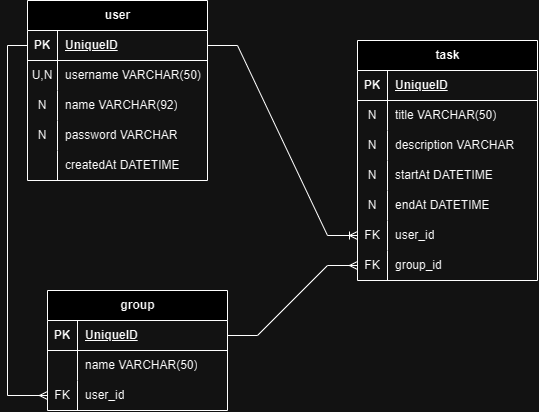
Earlier version of the draw.io export der.drawio.png (Julia-Teixeira/todolist-Java). Source tidied: cells renumbered, new cells last; positions are measured from the earlier drawing's top-left corner, leaving out a move shared by most shapes.
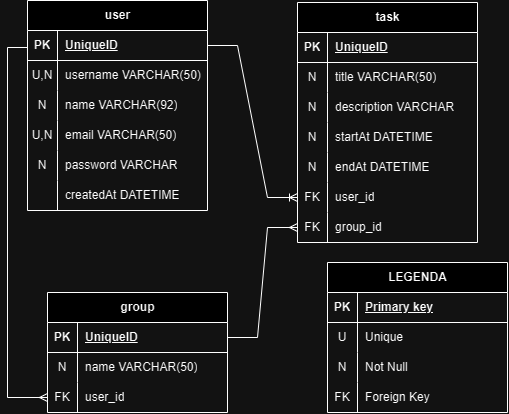
Later version of the same file.

Diff of the diagram source:
```diff
@@ -3,7 +3,7 @@
     <mxCell id="0" />
     <mxCell id="1" parent="0" />
     <mxCell id="2" value="user" style="shape=table;startSize=30;rowLines=0;fontStyle=1;align=center;html=1;" parent="1" vertex="1">
-      <mxGeometry x="20" width="180" height="180" as="geometry" />
+      <mxGeometry x="20" y="-2" width="180" height="210" as="geometry" />
     </mxCell>
     <mxCell id="3" style="shape=tableRow;horizontal=0;startSize=0;swimlaneHead=0;swimlaneBody=0;fillColor=none;points=[[0,0.5],[1,0.5]];portConstraint=eastwest;top=0;left=0;right=0;bottom=1;" parent="2" vertex="1">
       <mxGeometry y="30" width="180" height="30" as="geometry" />
@@ -32,8 +32,17 @@
     <mxCell id="11" value="name VARCHAR(92)" style="shape=partialRectangle;fillColor=none;top=0;left=0;bottom=0;right=0;align=left;spacingLeft=6;overflow=hidden;whiteSpace=wrap;html=1;" parent="9" vertex="1">
       <mxGeometry x="30" width="150" height="30" as="geometry" />
     </mxCell>
+    <mxCell id="53" style="shape=tableRow;horizontal=0;startSize=0;swimlaneHead=0;swimlaneBody=0;fillColor=none;top=0;left=0;right=0;bottom=0;" parent="2" vertex="1">
+      <mxGeometry y="120" width="180" height="30" as="geometry" />
+    </mxCell>
+    <mxCell id="54" value="U,N" style="shape=partialRectangle;fillColor=none;top=0;left=0;bottom=0;right=0;overflow=hidden;whiteSpace=wrap;html=1;" parent="53" vertex="1">
+      <mxGeometry width="30" height="30" as="geometry" />
+    </mxCell>
+    <mxCell id="55" value="email VARCHAR(50)" style="shape=partialRectangle;fillColor=none;top=0;left=0;bottom=0;right=0;align=left;spacingLeft=6;overflow=hidden;whiteSpace=wrap;html=1;" parent="53" vertex="1">
+      <mxGeometry x="30" width="150" height="30" as="geometry" />
+    </mxCell>
     <mxCell id="12" style="shape=tableRow;horizontal=0;startSize=0;swimlaneHead=0;swimlaneBody=0;fillColor=none;top=0;left=0;right=0;bottom=0;" parent="2" vertex="1">
-      <mxGeometry y="120" width="180" height="30" as="geometry" />
+      <mxGeometry y="150" width="180" height="30" as="geometry" />
     </mxCell>
     <mxCell id="13" value="N" style="shape=partialRectangle;fillColor=none;top=0;left=0;bottom=0;right=0;overflow=hidden;whiteSpace=wrap;html=1;" parent="12" vertex="1">
       <mxGeometry width="30" height="30" as="geometry" />
@@ -42,7 +51,7 @@
       <mxGeometry x="30" width="150" height="30" as="geometry" />
     </mxCell>
     <mxCell id="15" style="shape=tableRow;horizontal=0;startSize=0;swimlaneHead=0;swimlaneBody=0;fillColor=none;top=0;left=0;right=0;bottom=0;" parent="2" vertex="1">
-      <mxGeometry y="150" width="180" height="30" as="geometry" />
+      <mxGeometry y="180" width="180" height="30" as="geometry" />
     </mxCell>
     <mxCell id="16" style="shape=partialRectangle;fillColor=none;top=0;left=0;bottom=0;right=0;overflow=hidden;whiteSpace=wrap;html=1;" parent="15" vertex="1">
       <mxGeometry width="30" height="30" as="geometry" />
@@ -51,7 +60,7 @@
       <mxGeometry x="30" width="150" height="30" as="geometry" />
     </mxCell>
     <mxCell id="18" value="task" style="shape=table;startSize=30;rowLines=0;fontStyle=1;align=center;html=1;" parent="1" vertex="1">
-      <mxGeometry x="350" y="40" width="180" height="240" as="geometry" />
+      <mxGeometry x="290" width="180" height="240" as="geometry" />
     </mxCell>
     <mxCell id="19" style="shape=tableRow;horizontal=0;startSize=0;swimlaneHead=0;swimlaneBody=0;fillColor=none;top=0;left=0;right=0;bottom=1;" parent="18" vertex="1">
       <mxGeometry y="30" width="180" height="30" as="geometry" />
@@ -134,7 +143,7 @@
     <mxCell id="45" style="shape=tableRow;horizontal=0;startSize=0;swimlaneHead=0;swimlaneBody=0;fillColor=none;top=0;left=0;right=0;bottom=0;" parent="41" vertex="1">
       <mxGeometry y="60" width="180" height="30" as="geometry" />
     </mxCell>
-    <mxCell id="46" style="shape=partialRectangle;fillColor=none;top=0;left=0;bottom=0;right=0;overflow=hidden;whiteSpace=wrap;html=1;" parent="45" vertex="1">
+    <mxCell id="46" value="N" style="shape=partialRectangle;fillColor=none;top=0;left=0;bottom=0;right=0;overflow=hidden;whiteSpace=wrap;html=1;" parent="45" vertex="1">
       <mxGeometry width="30" height="30" as="geometry" />
     </mxCell>
     <mxCell id="47" value="name VARCHAR(50)" style="shape=partialRectangle;fillColor=none;top=0;left=0;bottom=0;right=0;align=left;spacingLeft=6;overflow=hidden;whiteSpace=wrap;html=1;" parent="45" vertex="1">
@@ -160,5 +169,44 @@
         </Array>
       </mxGeometry>
     </mxCell>
+    <mxCell id="56" value="LEGENDA" style="shape=table;startSize=30;rowLines=0;fontStyle=1;align=center;html=1;" parent="1" vertex="1">
+      <mxGeometry x="320" y="260" width="180" height="150" as="geometry" />
+    </mxCell>
+    <mxCell id="57" style="shape=tableRow;horizontal=0;startSize=0;swimlaneHead=0;swimlaneBody=0;fillColor=none;top=0;left=0;right=0;bottom=1;" parent="56" vertex="1">
+      <mxGeometry y="30" width="180" height="30" as="geometry" />
+    </mxCell>
+    <mxCell id="58" value="PK" style="shape=partialRectangle;fillColor=none;top=0;left=0;bottom=0;right=0;fontStyle=1;overflow=hidden;whiteSpace=wrap;html=1;" parent="57" vertex="1">
+      <mxGeometry width="30" height="30" as="geometry" />
+    </mxCell>
+    <mxCell id="59" value="Primary key" style="shape=partialRectangle;fillColor=none;top=0;left=0;bottom=0;right=0;align=left;spacingLeft=6;fontStyle=5;overflow=hidden;whiteSpace=wrap;html=1;" parent="57" vertex="1">
+      <mxGeometry x="30" width="150" height="30" as="geometry" />
+    </mxCell>
+    <mxCell id="60" style="shape=tableRow;horizontal=0;startSize=0;swimlaneHead=0;swimlaneBody=0;fillColor=none;top=0;left=0;right=0;bottom=0;" parent="56" vertex="1">
+      <mxGeometry y="60" width="180" height="30" as="geometry" />
+    </mxCell>
+    <mxCell id="61" value="U" style="shape=partialRectangle;fillColor=none;top=0;left=0;bottom=0;right=0;overflow=hidden;whiteSpace=wrap;html=1;" parent="60" vertex="1">
+      <mxGeometry width="30" height="30" as="geometry" />
+    </mxCell>
+    <mxCell id="62" value="Unique" style="shape=partialRectangle;fillColor=none;top=0;left=0;bottom=0;right=0;align=left;spacingLeft=6;overflow=hidden;whiteSpace=wrap;html=1;" parent="60" vertex="1">
+      <mxGeometry x="30" width="150" height="30" as="geometry" />
+    </mxCell>
+    <mxCell id="63" style="shape=tableRow;horizontal=0;startSize=0;swimlaneHead=0;swimlaneBody=0;fillColor=none;top=0;left=0;right=0;bottom=0;" parent="56" vertex="1">
+      <mxGeometry y="90" width="180" height="30" as="geometry" />
+    </mxCell>
+    <mxCell id="64" value="N" style="shape=partialRectangle;fillColor=none;top=0;left=0;bottom=0;right=0;overflow=hidden;whiteSpace=wrap;html=1;" parent="63" vertex="1">
+      <mxGeometry width="30" height="30" as="geometry" />
+    </mxCell>
+    <mxCell id="65" value="Not Null" style="shape=partialRectangle;fillColor=none;top=0;left=0;bottom=0;right=0;align=left;spacingLeft=6;overflow=hidden;whiteSpace=wrap;html=1;" parent="63" vertex="1">
+      <mxGeometry x="30" width="150" height="30" as="geometry" />
+    </mxCell>
+    <mxCell id="66" style="shape=tableRow;horizontal=0;startSize=0;swimlaneHead=0;swimlaneBody=0;fillColor=none;top=0;left=0;right=0;bottom=0;" parent="56" vertex="1">
+      <mxGeometry y="120" width="180" height="30" as="geometry" />
+    </mxCell>
+    <mxCell id="67" value="FK" style="shape=partialRectangle;fillColor=none;top=0;left=0;bottom=0;right=0;overflow=hidden;whiteSpace=wrap;html=1;" parent="66" vertex="1">
+      <mxGeometry width="30" height="30" as="geometry" />
+    </mxCell>
+    <mxCell id="68" value="Foreign Key" style="shape=partialRectangle;fillColor=none;top=0;left=0;bottom=0;right=0;align=left;spacingLeft=6;overflow=hidden;whiteSpace=wrap;html=1;" parent="66" vertex="1">
+      <mxGeometry x="30" width="150" height="30" as="geometry" />
+    </mxCell>
   </root>
 </mxGraphModel>
```
